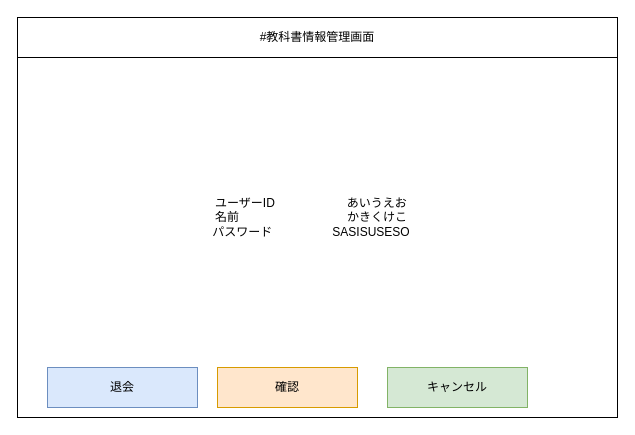
Above: レイアウト図/会員画面/会員情報変更画面.drawio in 2022java42-student009/ProjectJava (draw.io), before the change. Source tidied: cells renumbered, new cells numbered last; positions are measured from the earlier drawing's top-left corner, leaving out a move shared by most shapes. Both pictures are drawn from the tidied source at 100%, with x=0, y=0 at pixel (17, 17).
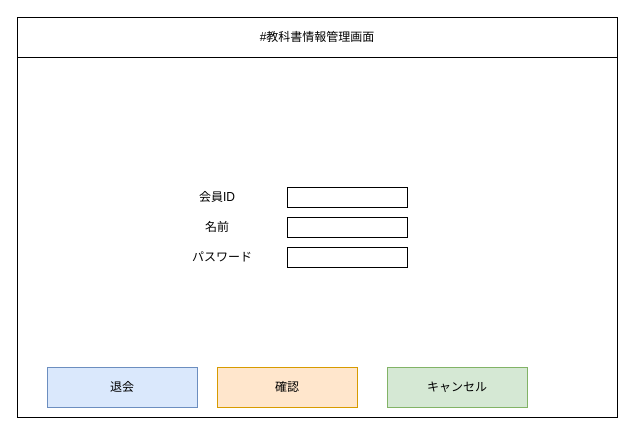
After the change.

What changed in the source:
```diff
@@
 <mxGraphModel>
   <root>
     <mxCell id="0" />
     <mxCell id="1" parent="0" />
     <mxCell id="2" style="rounded=0;whiteSpace=wrap;html=1;" parent="1" vertex="1">
       <mxGeometry width="600" height="400" as="geometry" />
     </mxCell>
     <mxCell id="3" value="#教科書情報管理画面" style="rounded=0;whiteSpace=wrap;html=1;" parent="1" vertex="1">
       <mxGeometry width="600" height="40" as="geometry" />
     </mxCell>
     <mxCell id="4" value="確認" style="rounded=0;whiteSpace=wrap;html=1;fillColor=#ffe6cc;strokeColor=#d79b00;" parent="1" vertex="1">
       <mxGeometry x="200" y="350" width="140" height="40" as="geometry" />
     </mxCell>
     <mxCell id="5" value="退会" style="rounded=0;whiteSpace=wrap;html=1;fillColor=#dae8fc;strokeColor=#6c8ebf;" parent="1" vertex="1">
       <mxGeometry x="30" y="350" width="150" height="40" as="geometry" />
     </mxCell>
     <mxCell id="6" value="キャンセル" style="rounded=0;whiteSpace=wrap;html=1;fillColor=#d5e8d4;strokeColor=#82b366;" parent="1" vertex="1">
       <mxGeometry x="370" y="350" width="140" height="40" as="geometry" />
     </mxCell>
-    <mxCell id="7" value="ユーザーID　　　　　　あいうえお&lt;br&gt;名前　　　　　　　　　かきくけこ&lt;br&gt;パスワード　　　　　SASISUSESO&lt;br&gt;" style="text;html=1;strokeColor=none;fillColor=none;align=center;verticalAlign=middle;whiteSpace=wrap;rounded=0;" parent="1" vertex="1">
-      <mxGeometry x="149" y="125" width="290" height="150" as="geometry" />
-    </mxCell>
+    <mxCell id="8" style="rounded=0;whiteSpace=wrap;html=1;" parent="1" vertex="1">
+      <mxGeometry x="270" y="170" width="120" height="20" as="geometry" />
+    </mxCell>
+    <mxCell id="9" style="rounded=0;whiteSpace=wrap;html=1;" parent="1" vertex="1">
+      <mxGeometry x="270" y="200" width="120" height="20" as="geometry" />
+    </mxCell>
+    <mxCell id="10" style="rounded=0;whiteSpace=wrap;html=1;" parent="1" vertex="1">
+      <mxGeometry x="270" y="230" width="120" height="20" as="geometry" />
+    </mxCell>
+    <mxCell id="11" value="会員ID" style="text;html=1;strokeColor=none;fillColor=none;align=center;verticalAlign=middle;whiteSpace=wrap;rounded=0;" parent="1" vertex="1">
+      <mxGeometry x="170" y="165" width="60" height="30" as="geometry" />
+    </mxCell>
+    <mxCell id="12" value="名前" style="text;html=1;strokeColor=none;fillColor=none;align=center;verticalAlign=middle;whiteSpace=wrap;rounded=0;" parent="1" vertex="1">
+      <mxGeometry x="170" y="195" width="60" height="30" as="geometry" />
+    </mxCell>
+    <mxCell id="13" value="パスワード" style="text;html=1;strokeColor=none;fillColor=none;align=center;verticalAlign=middle;whiteSpace=wrap;rounded=0;" parent="1" vertex="1">
+      <mxGeometry x="170" y="225" width="70" height="30" as="geometry" />
+    </mxCell>
   </root>
 </mxGraphModel>
```
